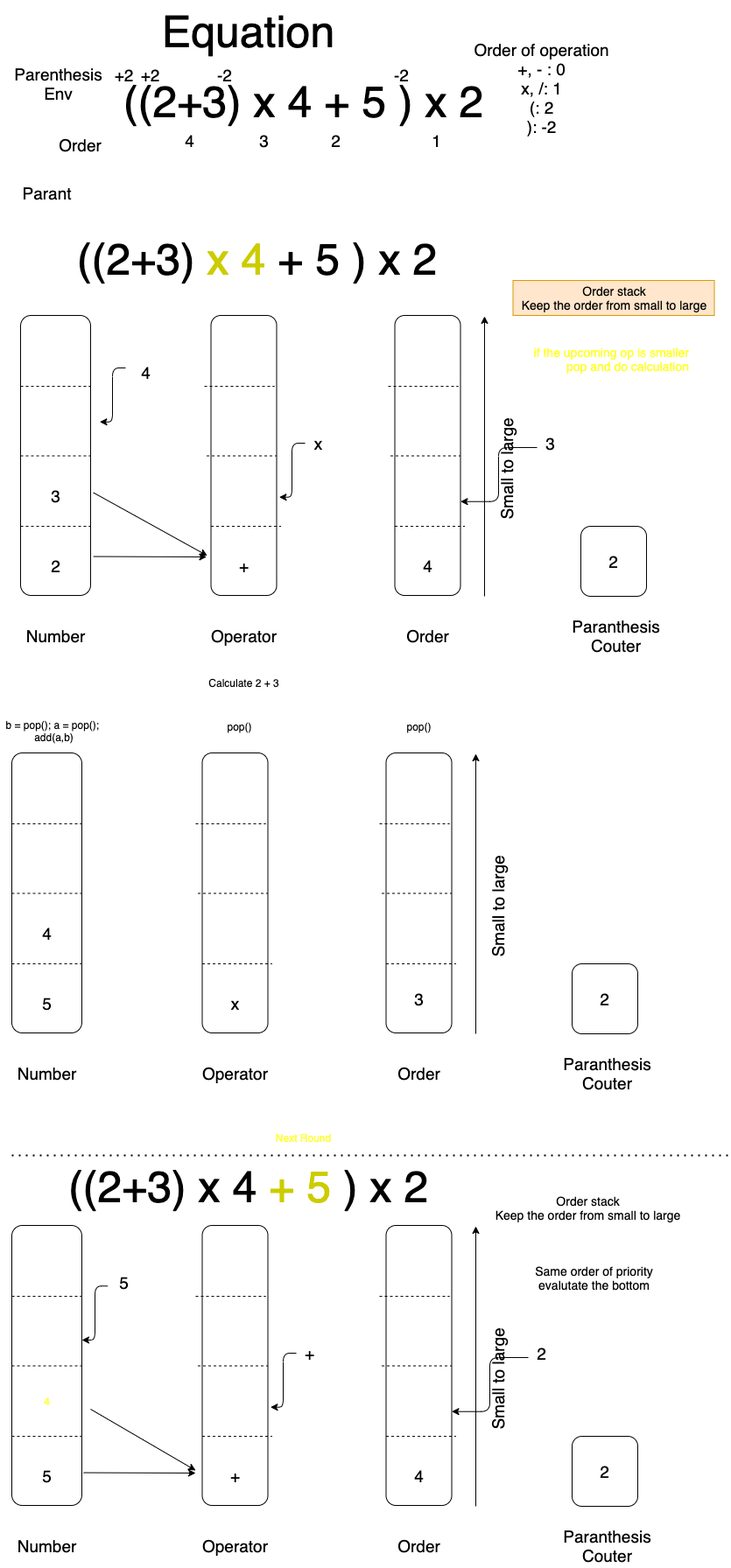
stevengogogo/DSA-EvilEval keeps this draw.io diagram as img/arithmetic_operation.png. Above is the earlier version. Source tidied: cells renumbered, new cells last; positions are measured from the earlier drawing's top-left corner, leaving out a move shared by most shapes.
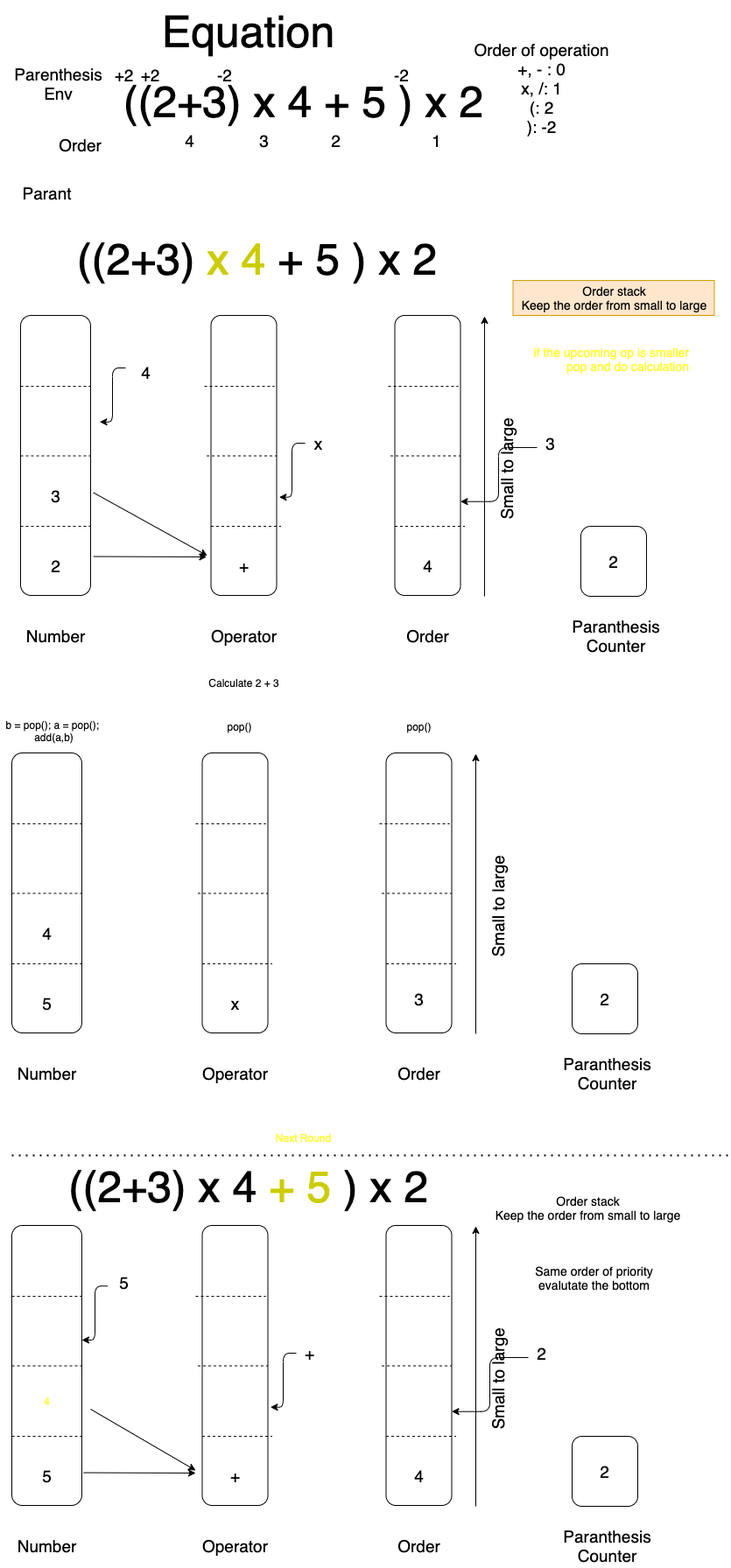
After the change.

Change to the diagram source:
```diff
@@ -140,7 +140,7 @@
     <mxCell id="37" value="2" style="rounded=1;whiteSpace=wrap;html=1;fillColor=none;gradientColor=none;fontSize=19;" parent="1" vertex="1">
       <mxGeometry x="652" y="1101" width="75" height="80" as="geometry" />
     </mxCell>
-    <mxCell id="38" value="Paranthesis&lt;br&gt;Couter" style="text;html=1;align=center;verticalAlign=middle;fontSize=19;" parent="1" vertex="1">
+    <mxCell id="38" value="Paranthesis&lt;br&gt;Counter" style="text;html=1;align=center;verticalAlign=middle;fontSize=19;" parent="1" vertex="1">
       <mxGeometry x="632" y="1201" width="120" height="50" as="geometry" />
     </mxCell>
     <mxCell id="39" style="rounded=1;whiteSpace=wrap;html=1;fillColor=none;gradientColor=none;fontSize=50;" parent="1" vertex="1">
@@ -248,7 +248,7 @@
     <mxCell id="63" value="2" style="rounded=1;whiteSpace=wrap;html=1;fillColor=none;gradientColor=none;fontSize=19;" parent="1" vertex="1">
       <mxGeometry x="662" y="601" width="75" height="80" as="geometry" />
     </mxCell>
-    <mxCell id="64" value="Paranthesis&lt;br&gt;Couter" style="text;html=1;align=center;verticalAlign=middle;fontSize=19;" parent="1" vertex="1">
+    <mxCell id="64" value="Paranthesis&lt;br&gt;Counter" style="text;html=1;align=center;verticalAlign=middle;fontSize=19;" parent="1" vertex="1">
       <mxGeometry x="642" y="701" width="120" height="50" as="geometry" />
     </mxCell>
     <mxCell id="65" style="edgeStyle=elbowEdgeStyle;elbow=horizontal;endArrow=classic;html=1;fontSize=19;entryX=1.039;entryY=0.646;entryDx=0;entryDy=0;entryPerimeter=0;" parent="1" edge="1" source="61">
@@ -396,7 +396,7 @@
     <mxCell id="99" value="2" style="rounded=1;whiteSpace=wrap;html=1;fillColor=none;gradientColor=none;fontSize=19;" parent="1" vertex="1">
       <mxGeometry x="652" y="1641" width="75" height="80" as="geometry" />
     </mxCell>
-    <mxCell id="100" value="Paranthesis&lt;br&gt;Couter" style="text;html=1;align=center;verticalAlign=middle;fontSize=19;" parent="1" vertex="1">
+    <mxCell id="100" value="Paranthesis&lt;br&gt;Counter" style="text;html=1;align=center;verticalAlign=middle;fontSize=19;" parent="1" vertex="1">
       <mxGeometry x="632" y="1741" width="120" height="50" as="geometry" />
     </mxCell>
     <mxCell id="101" style="edgeStyle=elbowEdgeStyle;elbow=horizontal;endArrow=classic;html=1;fontSize=19;entryX=1.039;entryY=0.646;entryDx=0;entryDy=0;entryPerimeter=0;" parent="1" edge="1" source="97">
```
